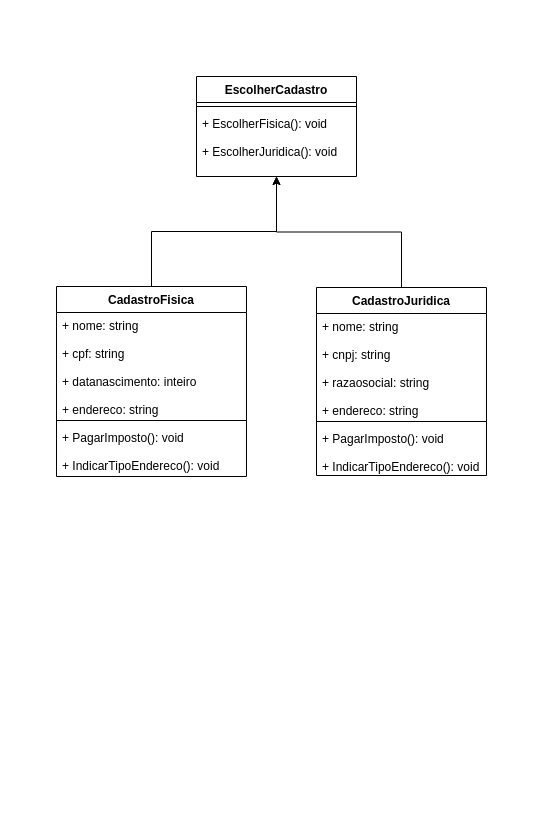
The draw.io diagram ClientLabDiagrama.drawio in VictorVilhena0/ClientLabDiagrama, before the edit. Source tidied: cells renumbered, new cells numbered last; positions are measured from the earlier drawing's top-left corner, leaving out a move shared by most shapes. Both pictures are drawn from the tidied source at 100%, with x=0, y=0 at pixel (56, 76).
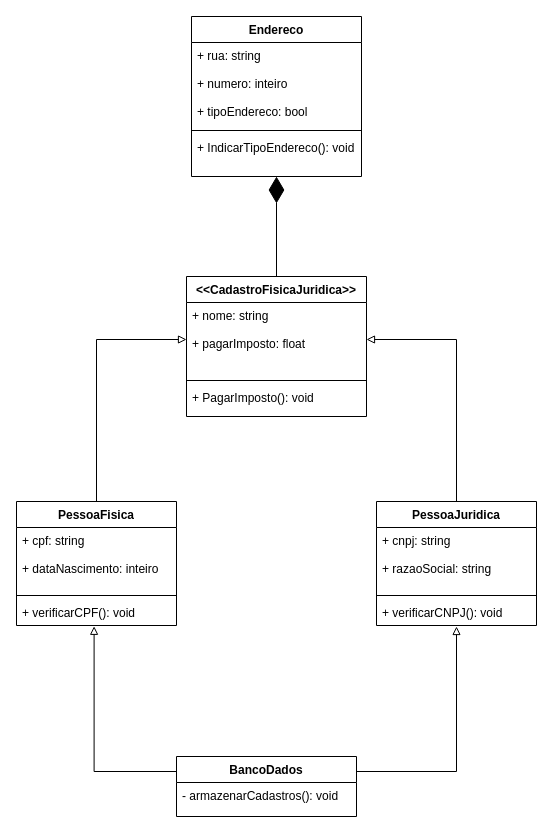
The same page after the edit.

Change to the diagram source:
```diff
@@
-    <mxCell id="2" style="edgeStyle=orthogonalEdgeStyle;rounded=0;jettySize=auto;html=1;exitX=0.5;exitY=0;exitDx=0;exitDy=0;entryX=0.5;entryY=1;entryDx=0;entryDy=0;entryPerimeter=0;" parent="1" edge="1" source="3" target="14">
-      <mxGeometry relative="1" as="geometry" />
-    </mxCell>
-    <mxCell id="3" value="CadastroFisica" style="swimlane;fontStyle=1;align=center;verticalAlign=top;horizontal=1;startSize=26;" parent="1" vertex="1">
-      <mxGeometry y="210" width="190" height="190" as="geometry" />
-    </mxCell>
-    <mxCell id="4" value="+ nome: string&#10;&#10;+ cpf: string&#10;&#10;+ datanascimento: inteiro&#10;&#10;+ endereco: string" style="text;strokeColor=none;fillColor=none;align=left;verticalAlign=top;spacingLeft=4;spacingRight=4;overflow=hidden;" parent="3" vertex="1">
-      <mxGeometry y="26" width="190" height="104" as="geometry" />
-    </mxCell>
-    <mxCell id="5" style="line;strokeWidth=1;fillColor=none;align=left;verticalAlign=middle;spacingTop=-1;spacingLeft=3;spacingRight=3;labelPosition=right;" parent="3" vertex="1">
-      <mxGeometry y="130" width="190" height="8" as="geometry" />
-    </mxCell>
-    <mxCell id="6" value="+ PagarImposto(): void&#10;&#10;+ IndicarTipoEndereco(): void" style="text;strokeColor=none;fillColor=none;align=left;verticalAlign=top;spacingLeft=4;spacingRight=4;overflow=hidden;" parent="3" vertex="1">
-      <mxGeometry y="138" width="190" height="52" as="geometry" />
-    </mxCell>
-    <mxCell id="7" style="edgeStyle=orthogonalEdgeStyle;rounded=0;jettySize=auto;html=1;exitX=0.5;exitY=0;exitDx=0;exitDy=0;entryX=0.5;entryY=1;entryDx=0;entryDy=0;entryPerimeter=0;" parent="1" edge="1" source="8" target="14">
-      <mxGeometry relative="1" as="geometry" />
-    </mxCell>
-    <mxCell id="8" value="CadastroJuridica" style="swimlane;fontStyle=1;align=center;verticalAlign=top;horizontal=1;startSize=26;" parent="1" vertex="1">
-      <mxGeometry x="260" y="211" width="170" height="188" as="geometry" />
-    </mxCell>
-    <mxCell id="9" value="+ nome: string&#10;&#10;+ cnpj: string&#10;&#10;+ razaosocial: string&#10;&#10;+ endereco: string" style="text;strokeColor=none;fillColor=none;align=left;verticalAlign=top;spacingLeft=4;spacingRight=4;overflow=hidden;" parent="8" vertex="1">
-      <mxGeometry y="26" width="170" height="104" as="geometry" />
-    </mxCell>
-    <mxCell id="10" style="line;strokeWidth=1;fillColor=none;align=left;verticalAlign=middle;spacingTop=-1;spacingLeft=3;spacingRight=3;labelPosition=right;" parent="8" vertex="1">
-      <mxGeometry y="130" width="170" height="8" as="geometry" />
-    </mxCell>
-    <mxCell id="11" value="+ PagarImposto(): void&#10;&#10;+ IndicarTipoEndereco(): void" style="text;strokeColor=none;fillColor=none;align=left;verticalAlign=top;spacingLeft=4;spacingRight=4;overflow=hidden;" parent="8" vertex="1">
-      <mxGeometry y="138" width="170" height="50" as="geometry" />
-    </mxCell>
-    <mxCell id="12" value="EscolherCadastro" style="swimlane;fontStyle=1;align=center;verticalAlign=top;horizontal=1;startSize=26;" parent="1" vertex="1">
-      <mxGeometry x="140" width="160" height="100" as="geometry" />
-    </mxCell>
-    <mxCell id="13" style="line;strokeWidth=1;fillColor=none;align=left;verticalAlign=middle;spacingTop=-1;spacingLeft=3;spacingRight=3;labelPosition=right;" parent="12" vertex="1">
-      <mxGeometry y="26" width="160" height="8" as="geometry" />
-    </mxCell>
-    <mxCell id="14" value="+ EscolherFisica(): void&#10;&#10;+ EscolherJuridica(): void" style="text;strokeColor=none;fillColor=none;align=left;verticalAlign=top;spacingLeft=4;spacingRight=4;overflow=hidden;points=[[0,0.5],[1,0.5]];portConstraint=eastwest;" parent="12" vertex="1">
-      <mxGeometry y="34" width="160" height="66" as="geometry" />
-    </mxCell>
+    <mxCell id="15" value="Endereco" style="swimlane;fontStyle=1;align=center;verticalAlign=top;horizontal=1;startSize=26;" parent="1" vertex="1">
+      <mxGeometry x="135" y="-60" width="170" height="160" as="geometry" />
+    </mxCell>
+    <mxCell id="16" value="+ rua: string&#10;&#10;+ numero: inteiro&#10;&#10;+ tipoEndereco: bool" style="text;strokeColor=none;fillColor=none;align=left;verticalAlign=top;spacingLeft=4;spacingRight=4;overflow=hidden;" parent="15" vertex="1">
+      <mxGeometry y="26" width="170" height="84" as="geometry" />
+    </mxCell>
+    <mxCell id="17" style="line;strokeWidth=1;fillColor=none;align=left;verticalAlign=middle;spacingTop=-1;spacingLeft=3;spacingRight=3;labelPosition=right;" parent="15" vertex="1">
+      <mxGeometry y="110" width="170" height="8" as="geometry" />
+    </mxCell>
+    <mxCell id="18" value="+ IndicarTipoEndereco(): void" style="text;strokeColor=none;fillColor=none;align=left;verticalAlign=top;spacingLeft=4;spacingRight=4;overflow=hidden;points=[[0,0.5],[1,0.5]];portConstraint=eastwest;" parent="15" vertex="1">
+      <mxGeometry y="118" width="170" height="42" as="geometry" />
+    </mxCell>
+    <mxCell id="19" style="edgeStyle=orthogonalEdgeStyle;rounded=0;jettySize=auto;html=1;exitX=0.5;exitY=0;exitDx=0;exitDy=0;entryX=0;entryY=0.5;entryDx=0;entryDy=0;startArrow=none;startFill=0;endArrow=block;endFill=0;" parent="1" edge="1" source="20" target="25">
+      <mxGeometry relative="1" as="geometry" />
+    </mxCell>
+    <mxCell id="20" value="PessoaFisica" style="swimlane;fontStyle=1;align=center;verticalAlign=top;horizontal=1;startSize=26;" parent="1" vertex="1">
+      <mxGeometry x="-40" y="425" width="160" height="124" as="geometry" />
+    </mxCell>
+    <mxCell id="21" value="+ cpf: string&#10;&#10;+ dataNascimento: inteiro" style="text;strokeColor=none;fillColor=none;align=left;verticalAlign=top;spacingLeft=4;spacingRight=4;overflow=hidden;" parent="20" vertex="1">
+      <mxGeometry y="26" width="160" height="64" as="geometry" />
+    </mxCell>
+    <mxCell id="22" style="line;strokeWidth=1;fillColor=none;align=left;verticalAlign=middle;spacingTop=-1;spacingLeft=3;spacingRight=3;labelPosition=right;" parent="20" vertex="1">
+      <mxGeometry y="90" width="160" height="8" as="geometry" />
+    </mxCell>
+    <mxCell id="23" value="+ verificarCPF(): void" style="text;strokeColor=none;fillColor=none;align=left;verticalAlign=top;spacingLeft=4;spacingRight=4;overflow=hidden;points=[[0,0.5],[1,0.5]];portConstraint=eastwest;" parent="20" vertex="1">
+      <mxGeometry y="98" width="160" height="26" as="geometry" />
+    </mxCell>
+    <mxCell id="24" value="&lt;&lt;CadastroFisicaJuridica&gt;&gt;" style="swimlane;fontStyle=1;align=center;verticalAlign=top;horizontal=1;startSize=26;" parent="1" vertex="1">
+      <mxGeometry x="130" y="200" width="180" height="140" as="geometry" />
+    </mxCell>
+    <mxCell id="25" value="+ nome: string&#10;&#10;+ pagarImposto: float" style="text;strokeColor=none;fillColor=none;align=left;verticalAlign=top;spacingLeft=4;spacingRight=4;overflow=hidden;points=[[0,0.5],[1,0.5]];portConstraint=eastwest;" parent="24" vertex="1">
+      <mxGeometry y="26" width="180" height="74" as="geometry" />
+    </mxCell>
+    <mxCell id="26" style="line;strokeWidth=1;fillColor=none;align=left;verticalAlign=middle;spacingTop=-1;spacingLeft=3;spacingRight=3;labelPosition=right;" parent="24" vertex="1">
+      <mxGeometry y="100" width="180" height="8" as="geometry" />
+    </mxCell>
+    <mxCell id="27" value="+ PagarImposto(): void" style="text;strokeColor=none;fillColor=none;align=left;verticalAlign=top;spacingLeft=4;spacingRight=4;overflow=hidden;" parent="24" vertex="1">
+      <mxGeometry y="108" width="180" height="32" as="geometry" />
+    </mxCell>
+    <mxCell id="28" style="edgeStyle=orthogonalEdgeStyle;rounded=0;jettySize=auto;html=1;exitX=0.5;exitY=0;exitDx=0;exitDy=0;entryX=1;entryY=0.5;entryDx=0;entryDy=0;endArrow=block;endFill=0;" parent="1" edge="1" source="29" target="25">
+      <mxGeometry relative="1" as="geometry" />
+    </mxCell>
+    <mxCell id="29" value="PessoaJuridica" style="swimlane;fontStyle=1;align=center;verticalAlign=top;horizontal=1;startSize=26;" parent="1" vertex="1">
+      <mxGeometry x="320" y="425" width="160" height="124" as="geometry" />
+    </mxCell>
+    <mxCell id="30" value="+ cnpj: string&#10;&#10;+ razaoSocial: string" style="text;strokeColor=none;fillColor=none;align=left;verticalAlign=top;spacingLeft=4;spacingRight=4;overflow=hidden;" parent="29" vertex="1">
+      <mxGeometry y="26" width="160" height="64" as="geometry" />
+    </mxCell>
+    <mxCell id="31" style="line;strokeWidth=1;fillColor=none;align=left;verticalAlign=middle;spacingTop=-1;spacingLeft=3;spacingRight=3;labelPosition=right;" parent="29" vertex="1">
+      <mxGeometry y="90" width="160" height="8" as="geometry" />
+    </mxCell>
+    <mxCell id="32" value="+ verificarCNPJ(): void" style="text;strokeColor=none;fillColor=none;align=left;verticalAlign=top;spacingLeft=4;spacingRight=4;overflow=hidden;points=[[0,0.5],[1,0.5]];portConstraint=eastwest;" parent="29" vertex="1">
+      <mxGeometry y="98" width="160" height="26" as="geometry" />
+    </mxCell>
+    <mxCell id="33" style="endArrow=diamondThin;endFill=1;endSize=24;html=1;rounded=0;exitX=0.5;exitY=0;exitDx=0;exitDy=0;" parent="1" edge="1" source="24" target="18">
+      <mxGeometry relative="1" as="geometry" />
+    </mxCell>
+    <mxCell id="34" style="edgeStyle=orthogonalEdgeStyle;rounded=0;jettySize=auto;html=1;exitX=0;exitY=0.25;exitDx=0;exitDy=0;startArrow=none;startFill=0;endArrow=block;endFill=0;entryX=0.485;entryY=1.031;entryDx=0;entryDy=0;entryPerimeter=0;" parent="1" edge="1" source="36" target="23">
+      <mxGeometry relative="1" as="geometry" />
+    </mxCell>
+    <mxCell id="35" style="edgeStyle=orthogonalEdgeStyle;rounded=0;jettySize=auto;html=1;exitX=1;exitY=0.25;exitDx=0;exitDy=0;entryX=0.5;entryY=1.038;entryDx=0;entryDy=0;entryPerimeter=0;startArrow=none;startFill=0;endArrow=block;endFill=0;" parent="1" edge="1" source="36" target="32">
+      <mxGeometry relative="1" as="geometry" />
+    </mxCell>
+    <mxCell id="36" value="BancoDados" style="swimlane;fontStyle=1;horizontal=1;startSize=26;fillColor=none;" parent="1" vertex="1">
+      <mxGeometry x="120" y="680" width="180" height="60" as="geometry" />
+    </mxCell>
+    <mxCell id="37" value="- armazenarCadastros(): void&#10;" style="text;strokeColor=none;fillColor=none;align=left;verticalAlign=top;spacingLeft=4;spacingRight=4;overflow=hidden;" parent="36" vertex="1">
+      <mxGeometry y="26" width="180" height="34" as="geometry" />
+    </mxCell>
```
